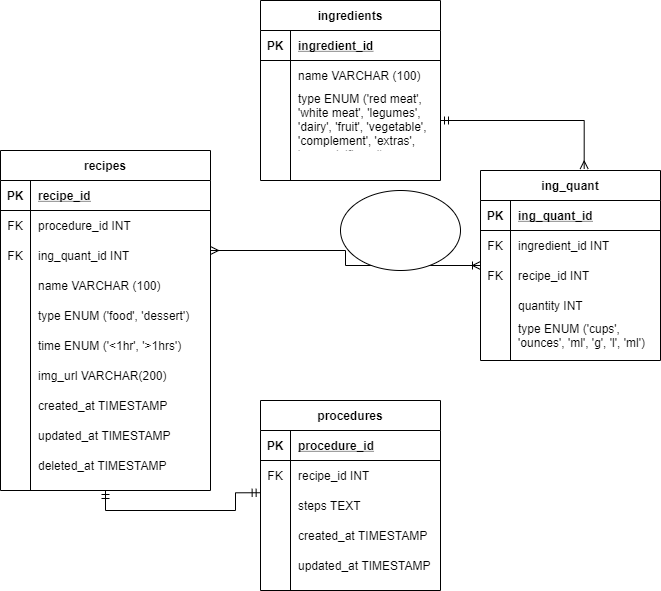
Earlier version of the draw.io export cookie diagram.png (Integradora-bis/Diagram). Source tidied: cells renumbered, new cells last; positions are measured from the earlier drawing's top-left corner, leaving out a move shared by most shapes.
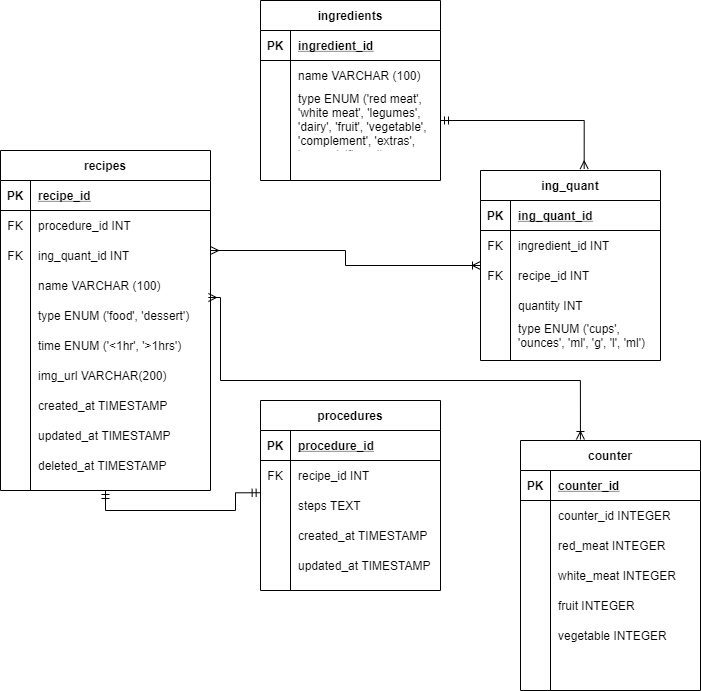
The same file after the commit.

What changed in the source:
```diff
@@ -232,8 +232,66 @@
     <mxCell id="77" value="updated_at TIMESTAMP" style="shape=partialRectangle;fillColor=none;top=0;left=0;bottom=0;right=0;align=left;spacingLeft=6;overflow=hidden;" parent="75" vertex="1">
       <mxGeometry x="30" width="150" height="30" as="geometry" />
     </mxCell>
-    <mxCell id="78" style="ellipse;whiteSpace=wrap;html=1;" parent="1" vertex="1">
-      <mxGeometry x="340" y="190" width="120" height="80" as="geometry" />
-    </mxCell>
+    <mxCell id="79" value="counter" style="shape=table;startSize=30;rowLines=0;fontStyle=1;align=center;" parent="1" vertex="1">
+      <mxGeometry x="520" y="440" width="180" height="250" as="geometry" />
+    </mxCell>
+    <mxCell id="80" style="shape=partialRectangle;fillColor=none;top=0;left=0;bottom=1;right=0;" parent="79" vertex="1">
+      <mxGeometry y="30" width="180" height="30" as="geometry" />
+    </mxCell>
+    <mxCell id="81" value="PK" style="shape=partialRectangle;fillColor=none;top=0;left=0;bottom=0;right=0;fontStyle=1;overflow=hidden;" parent="80" vertex="1">
+      <mxGeometry width="30" height="30" as="geometry" />
+    </mxCell>
+    <mxCell id="82" value="counter_id" style="shape=partialRectangle;fillColor=none;top=0;left=0;bottom=0;right=0;align=left;spacingLeft=6;fontStyle=5;overflow=hidden;" parent="80" vertex="1">
+      <mxGeometry x="30" width="150" height="30" as="geometry" />
+    </mxCell>
+    <mxCell id="83" style="shape=partialRectangle;fillColor=none;top=0;left=0;bottom=0;right=0;" parent="79" vertex="1">
+      <mxGeometry y="60" width="180" height="30" as="geometry" />
+    </mxCell>
+    <mxCell id="84" style="shape=partialRectangle;fillColor=none;top=0;left=0;bottom=0;right=0;overflow=hidden;" parent="83" vertex="1">
+      <mxGeometry width="30" height="30" as="geometry" />
+    </mxCell>
+    <mxCell id="85" value="counter_id INTEGER" style="shape=partialRectangle;fillColor=none;top=0;left=0;bottom=0;right=0;align=left;spacingLeft=6;overflow=hidden;" parent="83" vertex="1">
+      <mxGeometry x="30" width="150" height="30" as="geometry" />
+    </mxCell>
+    <mxCell id="86" style="shape=partialRectangle;fillColor=none;top=0;left=0;bottom=0;right=0;" parent="79" vertex="1">
+      <mxGeometry y="90" width="180" height="30" as="geometry" />
+    </mxCell>
+    <mxCell id="87" style="shape=partialRectangle;fillColor=none;top=0;left=0;bottom=0;right=0;overflow=hidden;" parent="86" vertex="1">
+      <mxGeometry width="30" height="30" as="geometry" />
+    </mxCell>
+    <mxCell id="88" value="red_meat INTEGER" style="shape=partialRectangle;fillColor=none;top=0;left=0;bottom=0;right=0;align=left;spacingLeft=6;overflow=hidden;" parent="86" vertex="1">
+      <mxGeometry x="30" width="150" height="30" as="geometry" />
+    </mxCell>
+    <mxCell id="89" style="shape=partialRectangle;fillColor=none;top=0;left=0;bottom=0;right=0;" parent="79" vertex="1">
+      <mxGeometry y="120" width="180" height="30" as="geometry" />
+    </mxCell>
+    <mxCell id="90" style="shape=partialRectangle;fillColor=none;top=0;left=0;bottom=0;right=0;overflow=hidden;" parent="89" vertex="1">
+      <mxGeometry width="30" height="30" as="geometry" />
+    </mxCell>
+    <mxCell id="91" value="white_meat INTEGER" style="shape=partialRectangle;fillColor=none;top=0;left=0;bottom=0;right=0;align=left;spacingLeft=6;overflow=hidden;" parent="89" vertex="1">
+      <mxGeometry x="30" width="150" height="30" as="geometry" />
+    </mxCell>
+    <mxCell id="92" style="shape=partialRectangle;fillColor=none;top=0;left=0;bottom=0;right=0;" parent="79" vertex="1">
+      <mxGeometry y="150" width="180" height="30" as="geometry" />
+    </mxCell>
+    <mxCell id="93" style="shape=partialRectangle;fillColor=none;top=0;left=0;bottom=0;right=0;overflow=hidden;" parent="92" vertex="1">
+      <mxGeometry width="30" height="30" as="geometry" />
+    </mxCell>
+    <mxCell id="94" value="fruit INTEGER" style="shape=partialRectangle;fillColor=none;top=0;left=0;bottom=0;right=0;align=left;spacingLeft=6;overflow=hidden;" parent="92" vertex="1">
+      <mxGeometry x="30" width="150" height="30" as="geometry" />
+    </mxCell>
+    <mxCell id="95" value="vegetable INTEGER" style="shape=partialRectangle;fillColor=none;top=0;left=0;bottom=0;right=0;align=left;spacingLeft=6;overflow=hidden;" parent="1" vertex="1">
+      <mxGeometry x="550" y="620" width="150" height="30" as="geometry" />
+    </mxCell>
+    <mxCell id="96" style="edgeStyle=orthogonalEdgeStyle;rounded=0;jettySize=auto;html=1;startArrow=ERoneToMany;startFill=0;endArrow=ERmany;endFill=0;exitX=0.333;exitY=-0.004;exitDx=0;exitDy=0;exitPerimeter=0;entryX=0.99;entryY=-0.1;entryDx=0;entryDy=0;entryPerimeter=0;" parent="1" edge="1" source="79">
+      <mxGeometry relative="1" as="geometry">
+        <mxPoint x="207.9" y="297" as="targetPoint" />
+        <Array as="points">
+          <mxPoint x="580" y="380" />
+          <mxPoint x="220" y="380" />
+          <mxPoint x="220" y="297" />
+        </Array>
+      </mxGeometry>
+    </mxCell>
   </root>
 </mxGraphModel>
```
